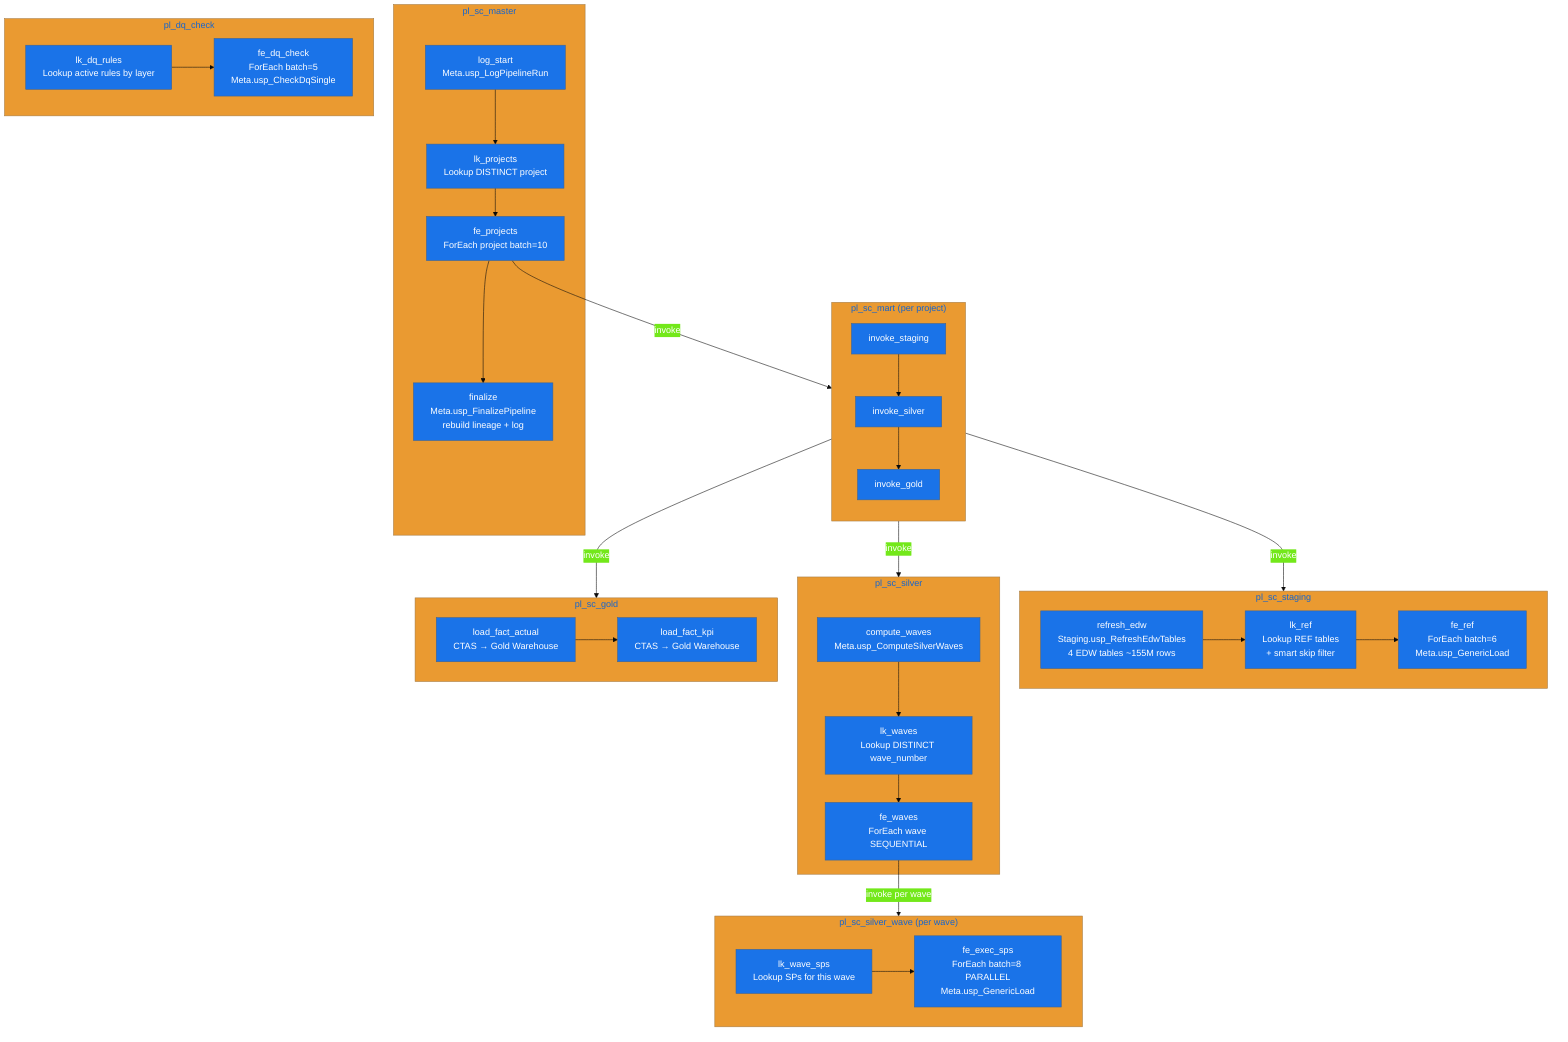
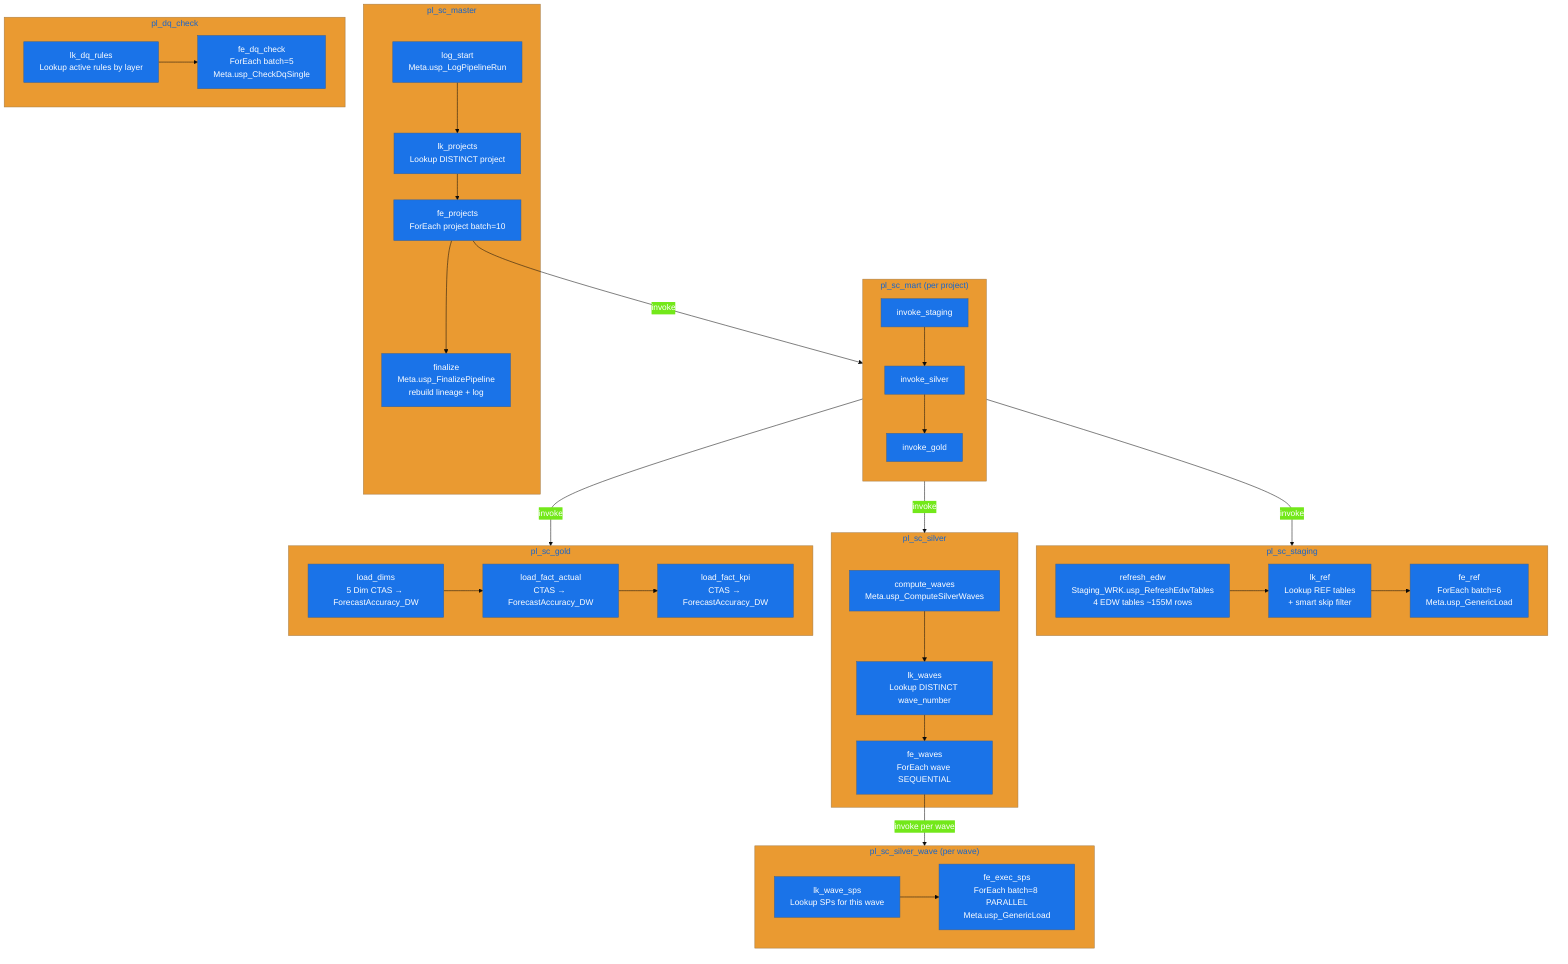
%%{init: {'theme': 'base', 'themeVariables': {'primaryColor': '#1a73e8', 'primaryTextColor': '#fff'}}}%%
flowchart TD
    subgraph MASTER["pl_sc_master"]
        M1["log_start<br/>Meta.usp_LogPipelineRun"]
        M2["lk_projects<br/>Lookup DISTINCT project"]
        M3["fe_projects<br/>ForEach project batch=10"]
        M4["finalize<br/>Meta.usp_FinalizePipeline<br/>rebuild lineage + log"]
    end

    subgraph MART["pl_sc_mart (per project)"]
        direction TB
        MT1["invoke_staging"]
        MT2["invoke_silver"]
        MT3["invoke_gold"]
    end

    subgraph STAGING["pl_sc_staging"]
-         S1["refresh_edw<br/>Staging.usp_RefreshEdwTables<br/>4 EDW tables ~155M rows"]
+         S1["refresh_edw<br/>Staging_WRK.usp_RefreshEdwTables<br/>4 EDW tables ~155M rows"]
        S2["lk_ref<br/>Lookup REF tables<br/>+ smart skip filter"]
        S3["fe_ref<br/>ForEach batch=6<br/>Meta.usp_GenericLoad"]
    end

    subgraph SILVER["pl_sc_silver"]
        SV1["compute_waves<br/>Meta.usp_ComputeSilverWaves"]
        SV2["lk_waves<br/>Lookup DISTINCT wave_number"]
        SV3["fe_waves<br/>ForEach wave SEQUENTIAL"]
    end

    subgraph WAVE["pl_sc_silver_wave (per wave)"]
        W1["lk_wave_sps<br/>Lookup SPs for this wave"]
        W2["fe_exec_sps<br/>ForEach batch=8 PARALLEL<br/>Meta.usp_GenericLoad"]
    end

    subgraph GOLDP["pl_sc_gold"]
-         G1["load_fact_actual<br/>CTAS → Gold Warehouse"]
-         G2["load_fact_kpi<br/>CTAS → Gold Warehouse"]
+         G0["load_dims<br/>5 Dim CTAS → ForecastAccuracy_DW"]
+         G1["load_fact_actual<br/>CTAS → ForecastAccuracy_DW"]
+         G2["load_fact_kpi<br/>CTAS → ForecastAccuracy_DW"]
    end

    subgraph DQ["pl_dq_check"]
        D1["lk_dq_rules<br/>Lookup active rules by layer"]
        D2["fe_dq_check<br/>ForEach batch=5<br/>Meta.usp_CheckDqSingle"]
    end

    M1 --> M2 --> M3 --> M4
    M3 -->|invoke| MART
    MT1 --> MT2 --> MT3
    MT1 -->|invoke| STAGING
    MT2 -->|invoke| SILVER
    MT3 -->|invoke| GOLDP
    S1 --> S2 --> S3
    SV1 --> SV2 --> SV3
    SV3 -->|invoke per wave| WAVE
    W1 --> W2
-     G1 --> G2
+     G0 --> G1 --> G2
    D1 --> D2
